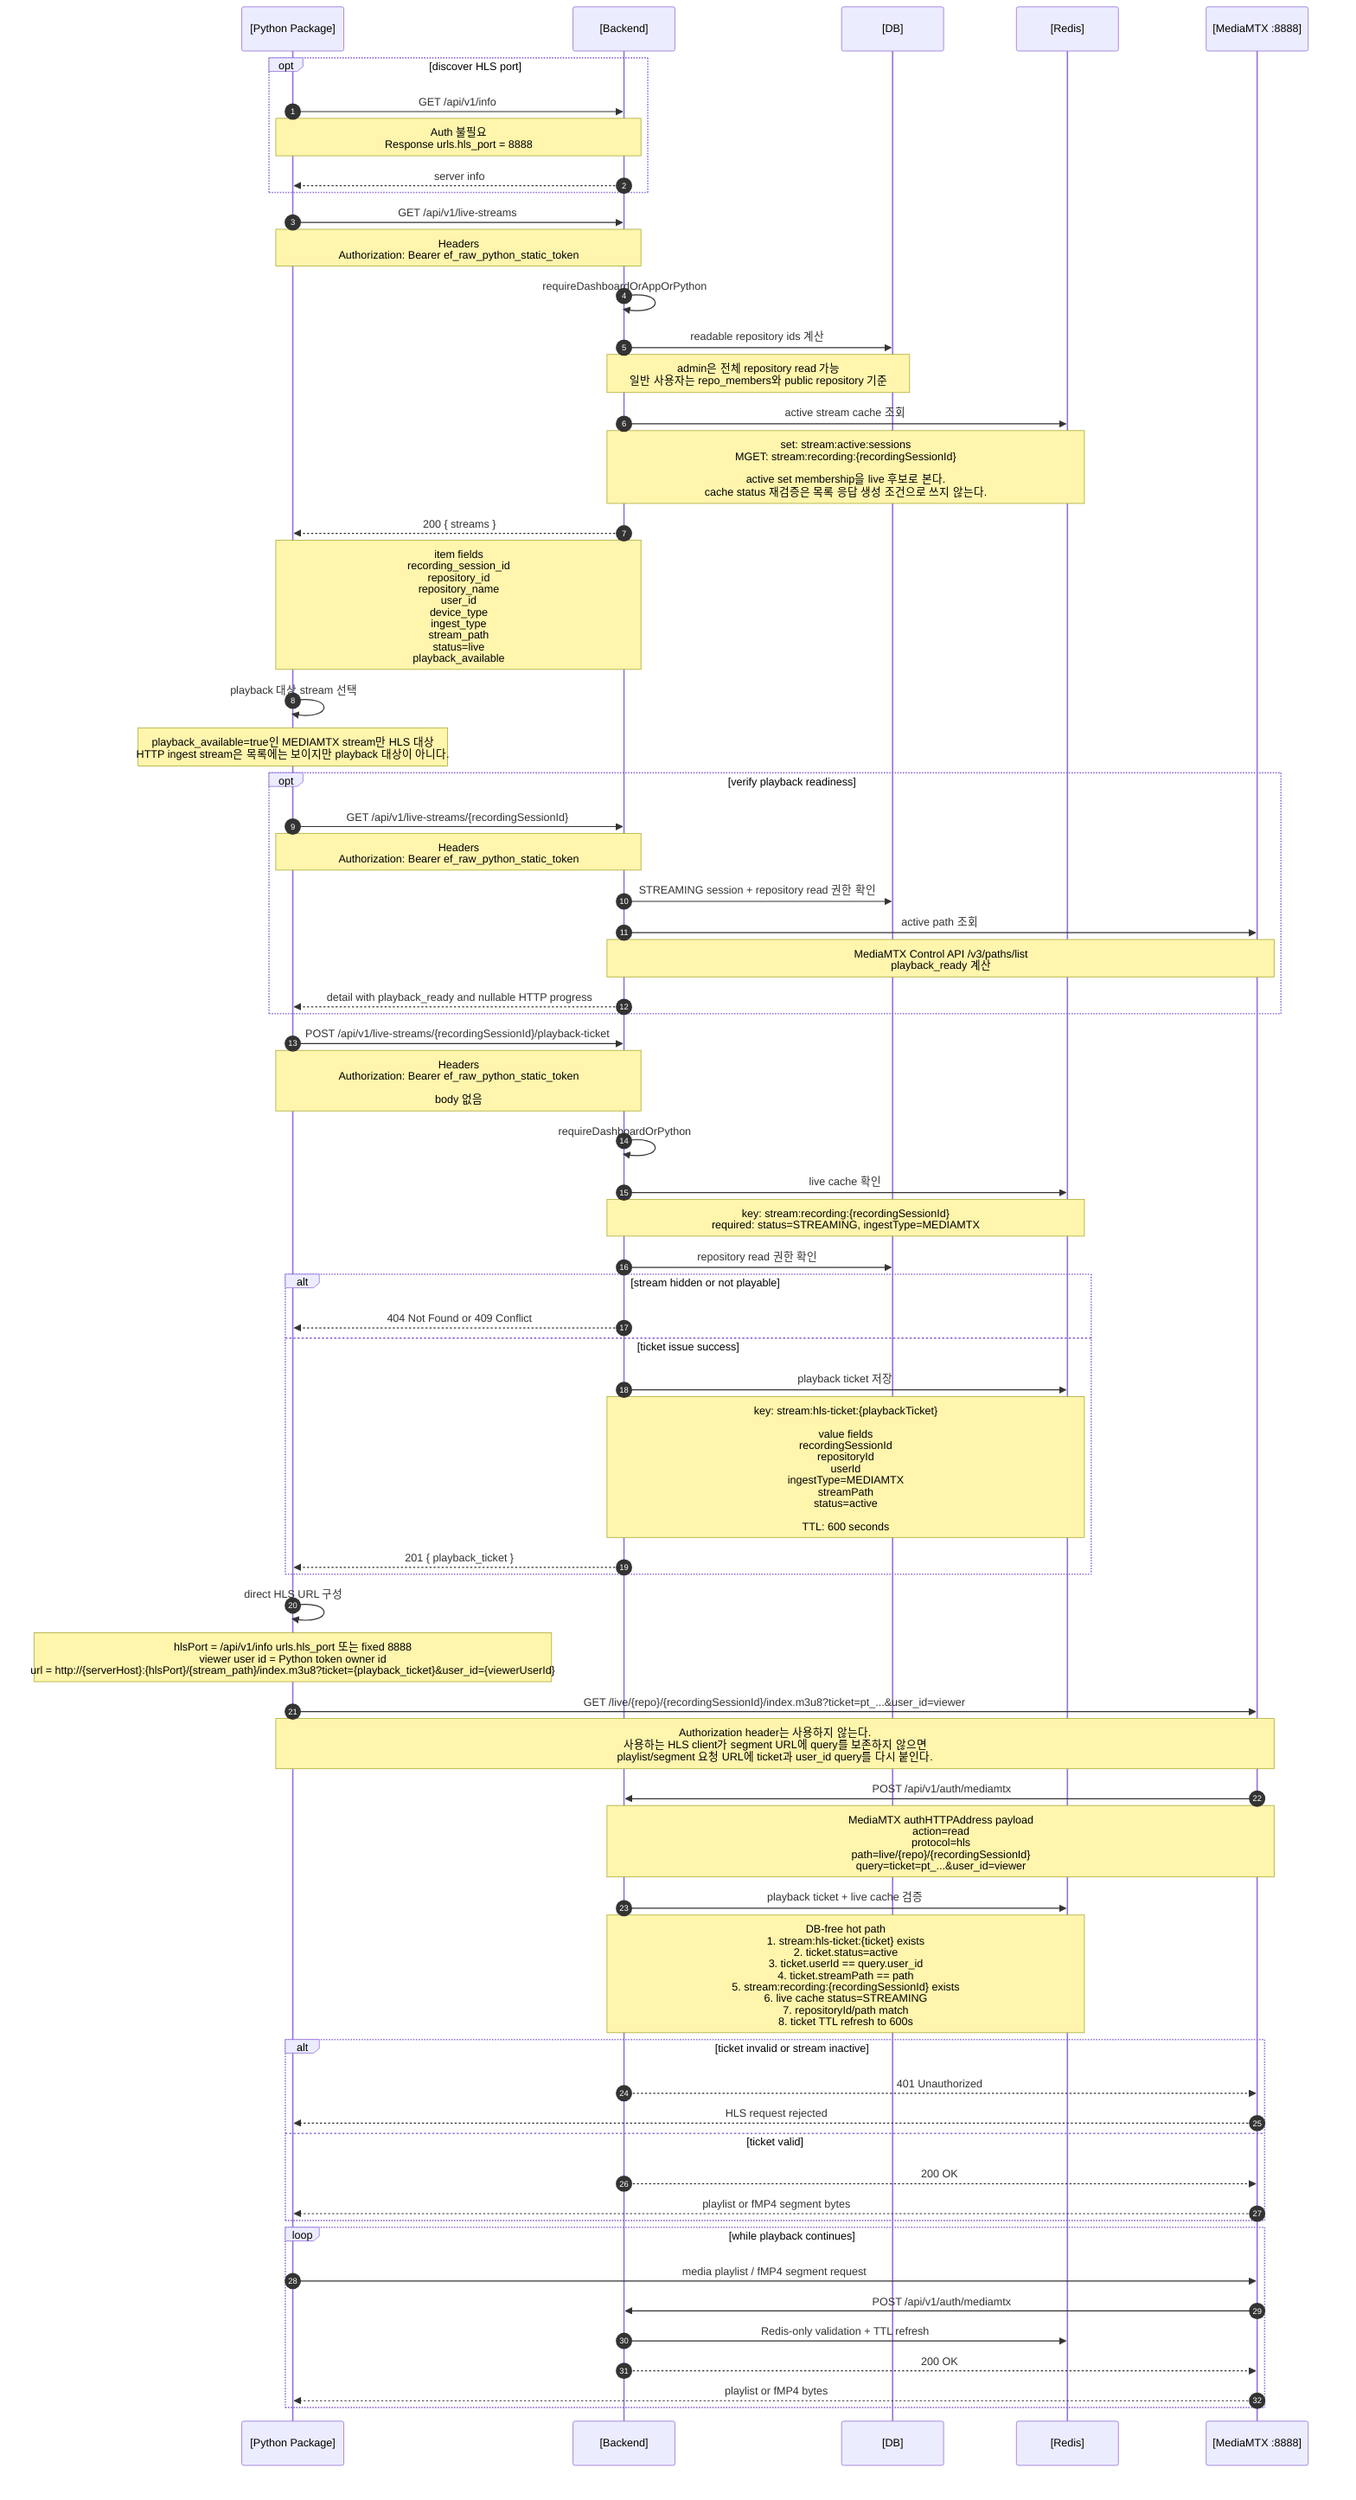
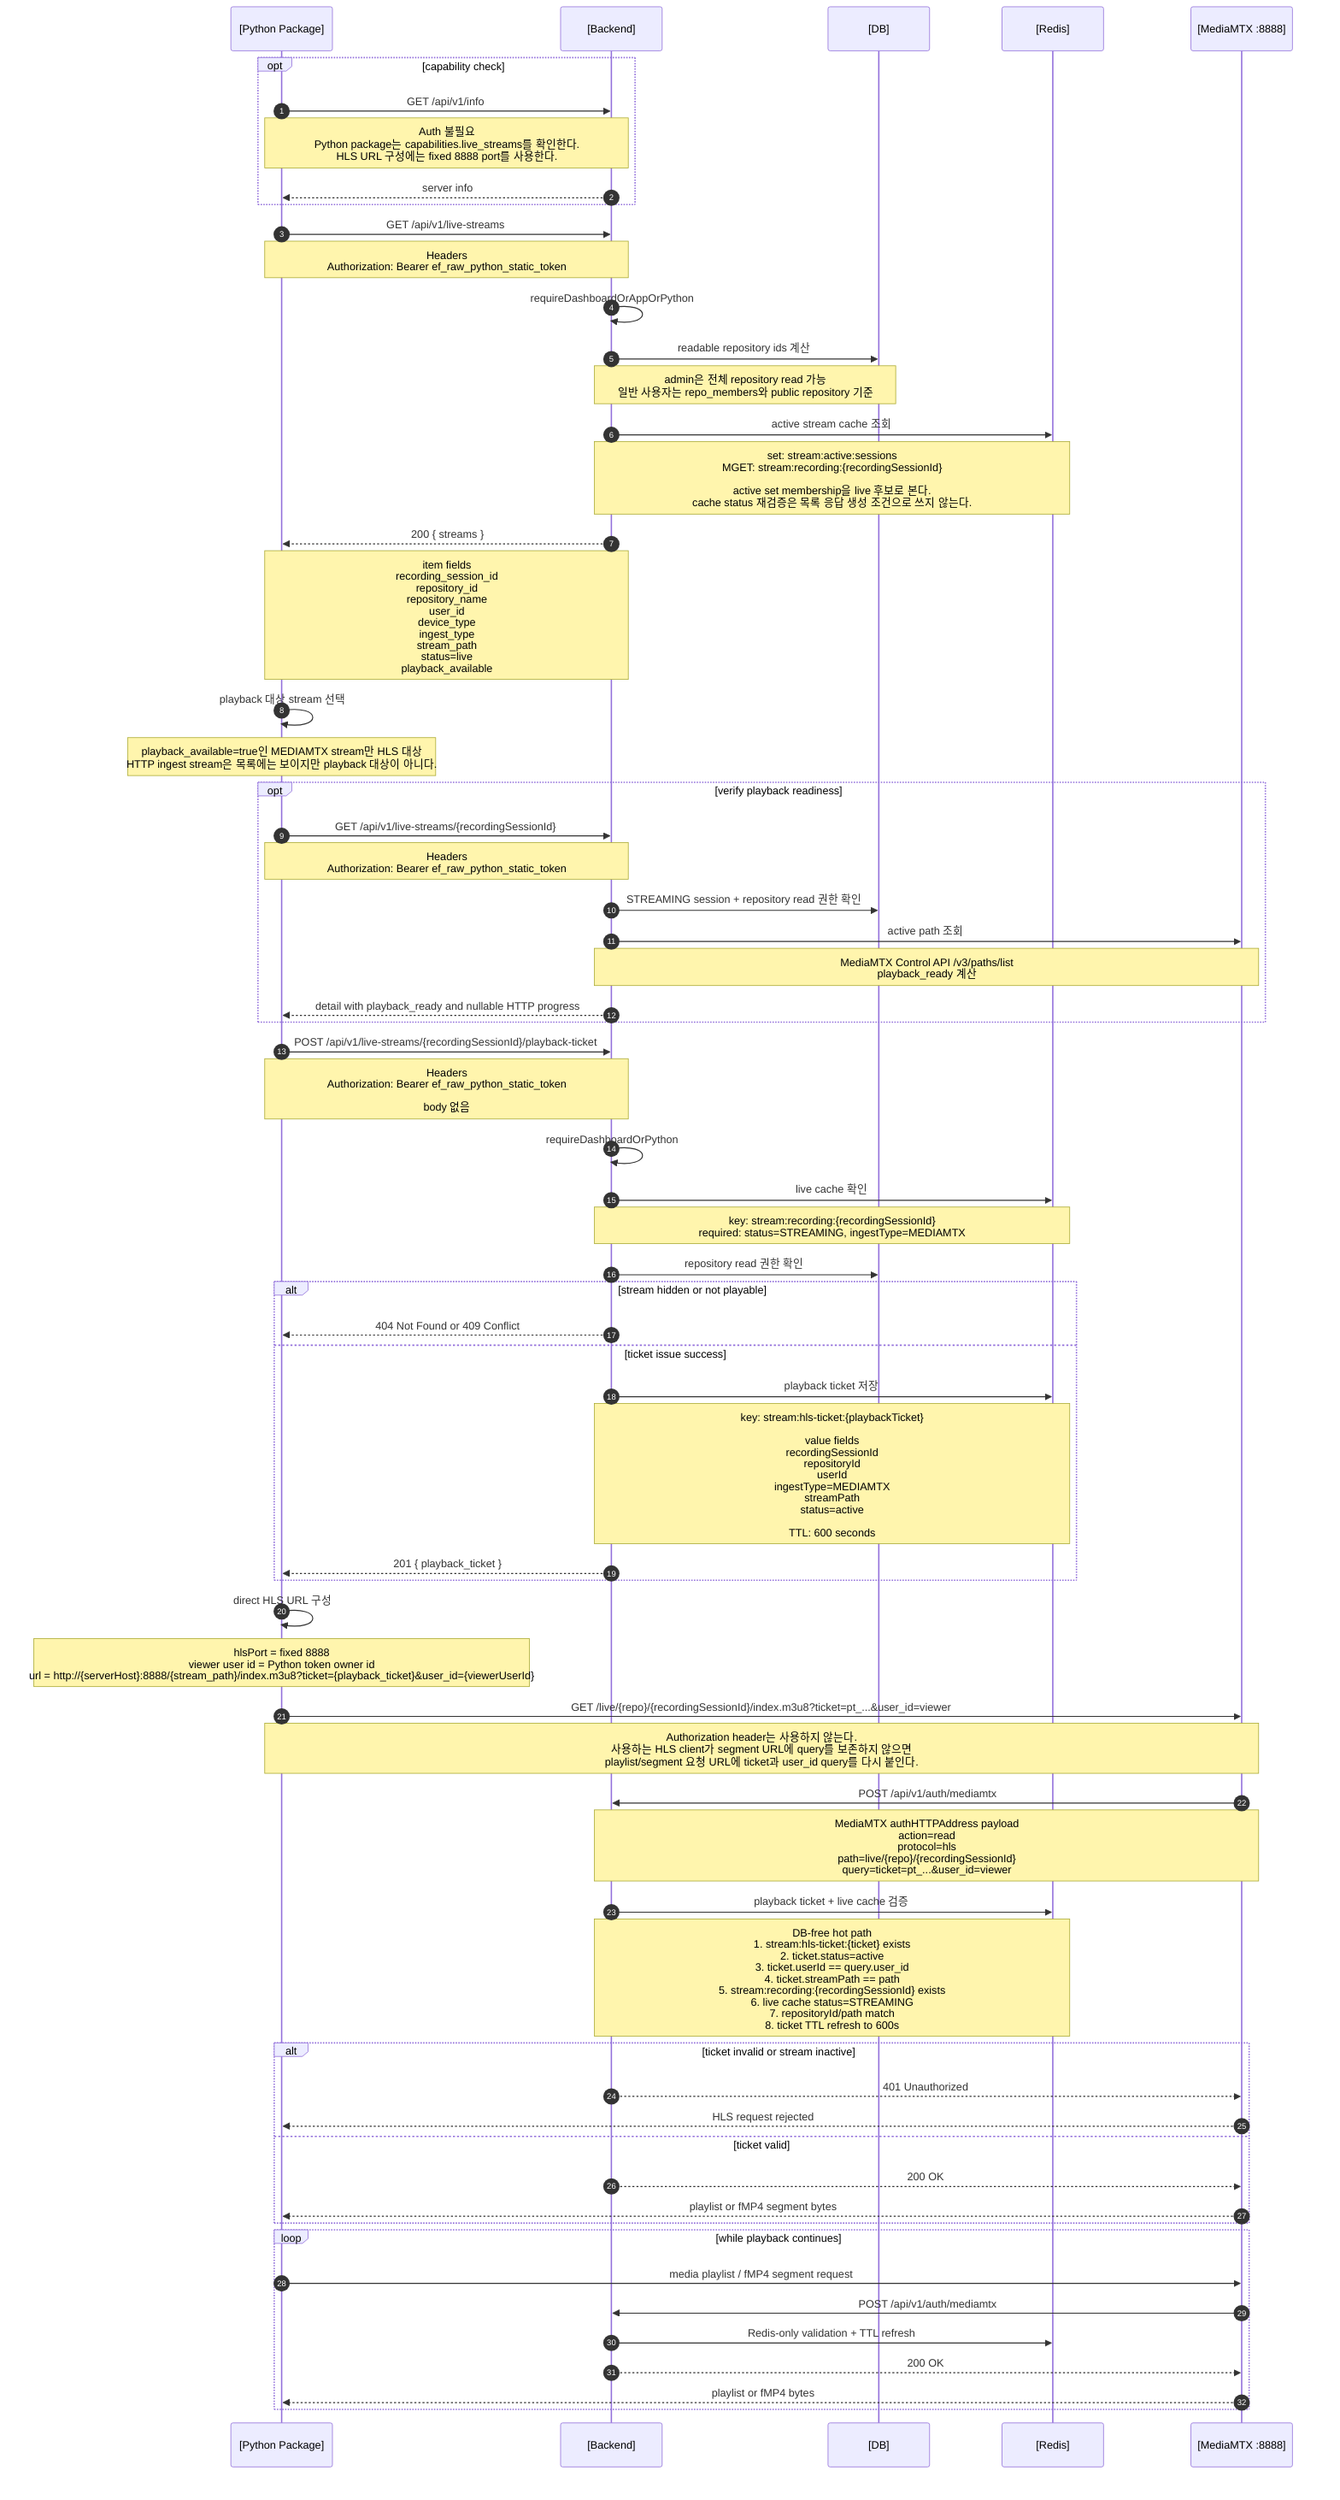
sequenceDiagram
  autonumber
  participant Python as [Python Package]
  participant Backend as [Backend]
  participant DB as [DB]
  participant Redis as [Redis]
  participant MTX as [MediaMTX :8888]

-   opt discover HLS port
+   opt capability check
    Python->>Backend: GET /api/v1/info
-     Note over Python,Backend: Auth 불필요<br/>Response urls.hls_port = 8888
+     Note over Python,Backend: Auth 불필요<br/>Python package는 capabilities.live_streams를 확인한다.<br/>HLS URL 구성에는 fixed 8888 port를 사용한다.
    Backend-->>Python: server info
  end

  Python->>Backend: GET /api/v1/live-streams
  Note over Python,Backend: Headers<br/>Authorization: Bearer ef_raw_python_static_token

  Backend->>Backend: requireDashboardOrAppOrPython
  Backend->>DB: readable repository ids 계산
  Note over Backend,DB: admin은 전체 repository read 가능<br/>일반 사용자는 repo_members와 public repository 기준

  Backend->>Redis: active stream cache 조회
  Note over Backend,Redis: set: stream:active:sessions<br/>MGET: stream:recording:{recordingSessionId}<br/><br/>active set membership을 live 후보로 본다.<br/>cache status 재검증은 목록 응답 생성 조건으로 쓰지 않는다.

  Backend-->>Python: 200 { streams }
  Note over Backend,Python: item fields<br/>recording_session_id<br/>repository_id<br/>repository_name<br/>user_id<br/>device_type<br/>ingest_type<br/>stream_path<br/>status=live<br/>playback_available

  Python->>Python: playback 대상 stream 선택
  Note over Python: playback_available=true인 MEDIAMTX stream만 HLS 대상<br/>HTTP ingest stream은 목록에는 보이지만 playback 대상이 아니다.

  opt verify playback readiness
    Python->>Backend: GET /api/v1/live-streams/{recordingSessionId}
    Note over Python,Backend: Headers<br/>Authorization: Bearer ef_raw_python_static_token
    Backend->>DB: STREAMING session + repository read 권한 확인
    Backend->>MTX: active path 조회
    Note over Backend,MTX: MediaMTX Control API /v3/paths/list<br/>playback_ready 계산
    Backend-->>Python: detail with playback_ready and nullable HTTP progress
  end

  Python->>Backend: POST /api/v1/live-streams/{recordingSessionId}/playback-ticket
  Note over Python,Backend: Headers<br/>Authorization: Bearer ef_raw_python_static_token<br/><br/>body 없음

  Backend->>Backend: requireDashboardOrPython
  Backend->>Redis: live cache 확인
  Note over Backend,Redis: key: stream:recording:{recordingSessionId}<br/>required: status=STREAMING, ingestType=MEDIAMTX
  Backend->>DB: repository read 권한 확인

  alt stream hidden or not playable
    Backend-->>Python: 404 Not Found or 409 Conflict
  else ticket issue success
    Backend->>Redis: playback ticket 저장
    Note over Backend,Redis: key: stream:hls-ticket:{playbackTicket}<br/><br/>value fields<br/>recordingSessionId<br/>repositoryId<br/>userId<br/>ingestType=MEDIAMTX<br/>streamPath<br/>status=active<br/><br/>TTL: 600 seconds
    Backend-->>Python: 201 { playback_ticket }
  end

  Python->>Python: direct HLS URL 구성
-   Note over Python: hlsPort = /api/v1/info urls.hls_port 또는 fixed 8888<br/>viewer user id = Python token owner id<br/>url = http://{serverHost}:{hlsPort}/{stream_path}/index.m3u8?ticket={playback_ticket}&user_id={viewerUserId}
+   Note over Python: hlsPort = fixed 8888<br/>viewer user id = Python token owner id<br/>url = http://{serverHost}:8888/{stream_path}/index.m3u8?ticket={playback_ticket}&user_id={viewerUserId}

  Python->>MTX: GET /live/{repo}/{recordingSessionId}/index.m3u8?ticket=pt_...&user_id=viewer
  Note over Python,MTX: Authorization header는 사용하지 않는다.<br/>사용하는 HLS client가 segment URL에 query를 보존하지 않으면<br/>playlist/segment 요청 URL에 ticket과 user_id query를 다시 붙인다.

  MTX->>Backend: POST /api/v1/auth/mediamtx
  Note over MTX,Backend: MediaMTX authHTTPAddress payload<br/>action=read<br/>protocol=hls<br/>path=live/{repo}/{recordingSessionId}<br/>query=ticket=pt_...&user_id=viewer

  Backend->>Redis: playback ticket + live cache 검증
  Note over Backend,Redis: DB-free hot path<br/>1. stream:hls-ticket:{ticket} exists<br/>2. ticket.status=active<br/>3. ticket.userId == query.user_id<br/>4. ticket.streamPath == path<br/>5. stream:recording:{recordingSessionId} exists<br/>6. live cache status=STREAMING<br/>7. repositoryId/path match<br/>8. ticket TTL refresh to 600s

  alt ticket invalid or stream inactive
    Backend-->>MTX: 401 Unauthorized
    MTX-->>Python: HLS request rejected
  else ticket valid
    Backend-->>MTX: 200 OK
    MTX-->>Python: playlist or fMP4 segment bytes
  end

  loop while playback continues
    Python->>MTX: media playlist / fMP4 segment request
    MTX->>Backend: POST /api/v1/auth/mediamtx
    Backend->>Redis: Redis-only validation + TTL refresh
    Backend-->>MTX: 200 OK
    MTX-->>Python: playlist or fMP4 bytes
  end

%% 참고:
%% Python playback ticket 발급은 ef_ static token으로 수행한다.
+ %% Python package는 direct HLS URL을 구성할 때 server info의 hls_port를 사용하지 않고 fixed 8888을 사용한다.
%% completed video manifest(/api/v1/repositories/{repoId}/manifest) 흐름과 live HLS playback은 별개다.
%% Python HLS client는 segment request까지 ticket과 user_id query가 전달되도록 해야 한다.
%% query가 segment request까지 자동 유지되지 않는 client라면 각 playlist/segment URL에 같은 query를 다시 붙인다.
%% HLS bytes는 Caddy를 거치지 않고 MediaMTX 8888/tcp에서 직접 받는다.
%% Caddy /hls route와 legacy HLS auth endpoint는 현재 구조에 없다.
